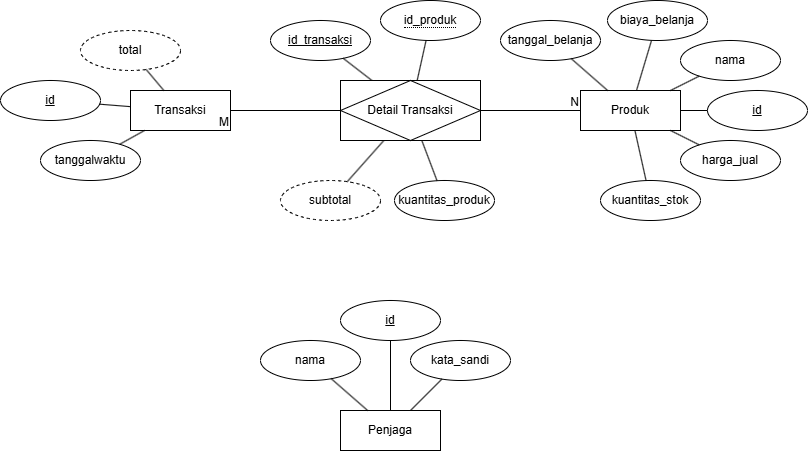
Before: src/main/resources/diagrams/db_warunq.drawio.png, a diagram exported from draw.io (James1Aurora/WarunQ). Source tidied: cells renumbered, new cells last; positions are measured from the earlier drawing's top-left corner, leaving out a move shared by most shapes.
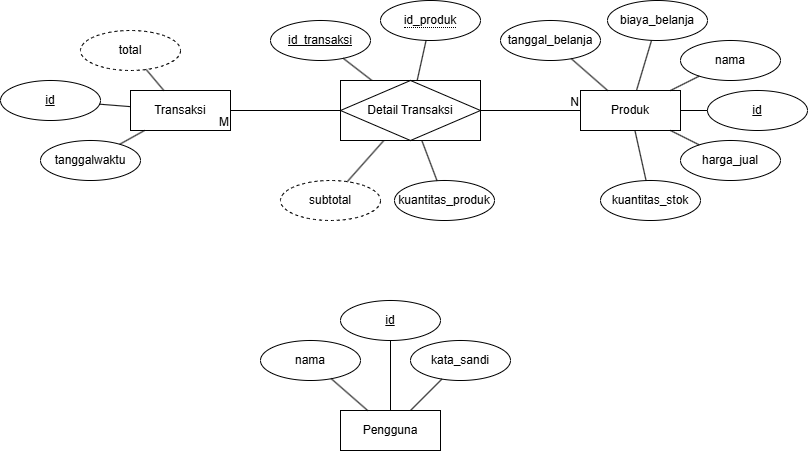
After the commit.

The edit, as a diff of the source:
```diff
@@ -106,7 +106,7 @@
     <mxCell id="35" value="id" style="ellipse;whiteSpace=wrap;html=1;align=center;fontStyle=4;" parent="1" vertex="1">
       <mxGeometry x="340" y="300" width="100" height="40" as="geometry" />
     </mxCell>
-    <mxCell id="36" value="Penjaga" style="whiteSpace=wrap;html=1;align=center;" parent="1" vertex="1">
+    <mxCell id="36" value="Pengguna" style="whiteSpace=wrap;html=1;align=center;" parent="1" vertex="1">
       <mxGeometry x="340" y="410" width="100" height="40" as="geometry" />
     </mxCell>
     <mxCell id="37" style="endArrow=none;html=1;rounded=0;" parent="1" edge="1" source="36" target="35">
```
